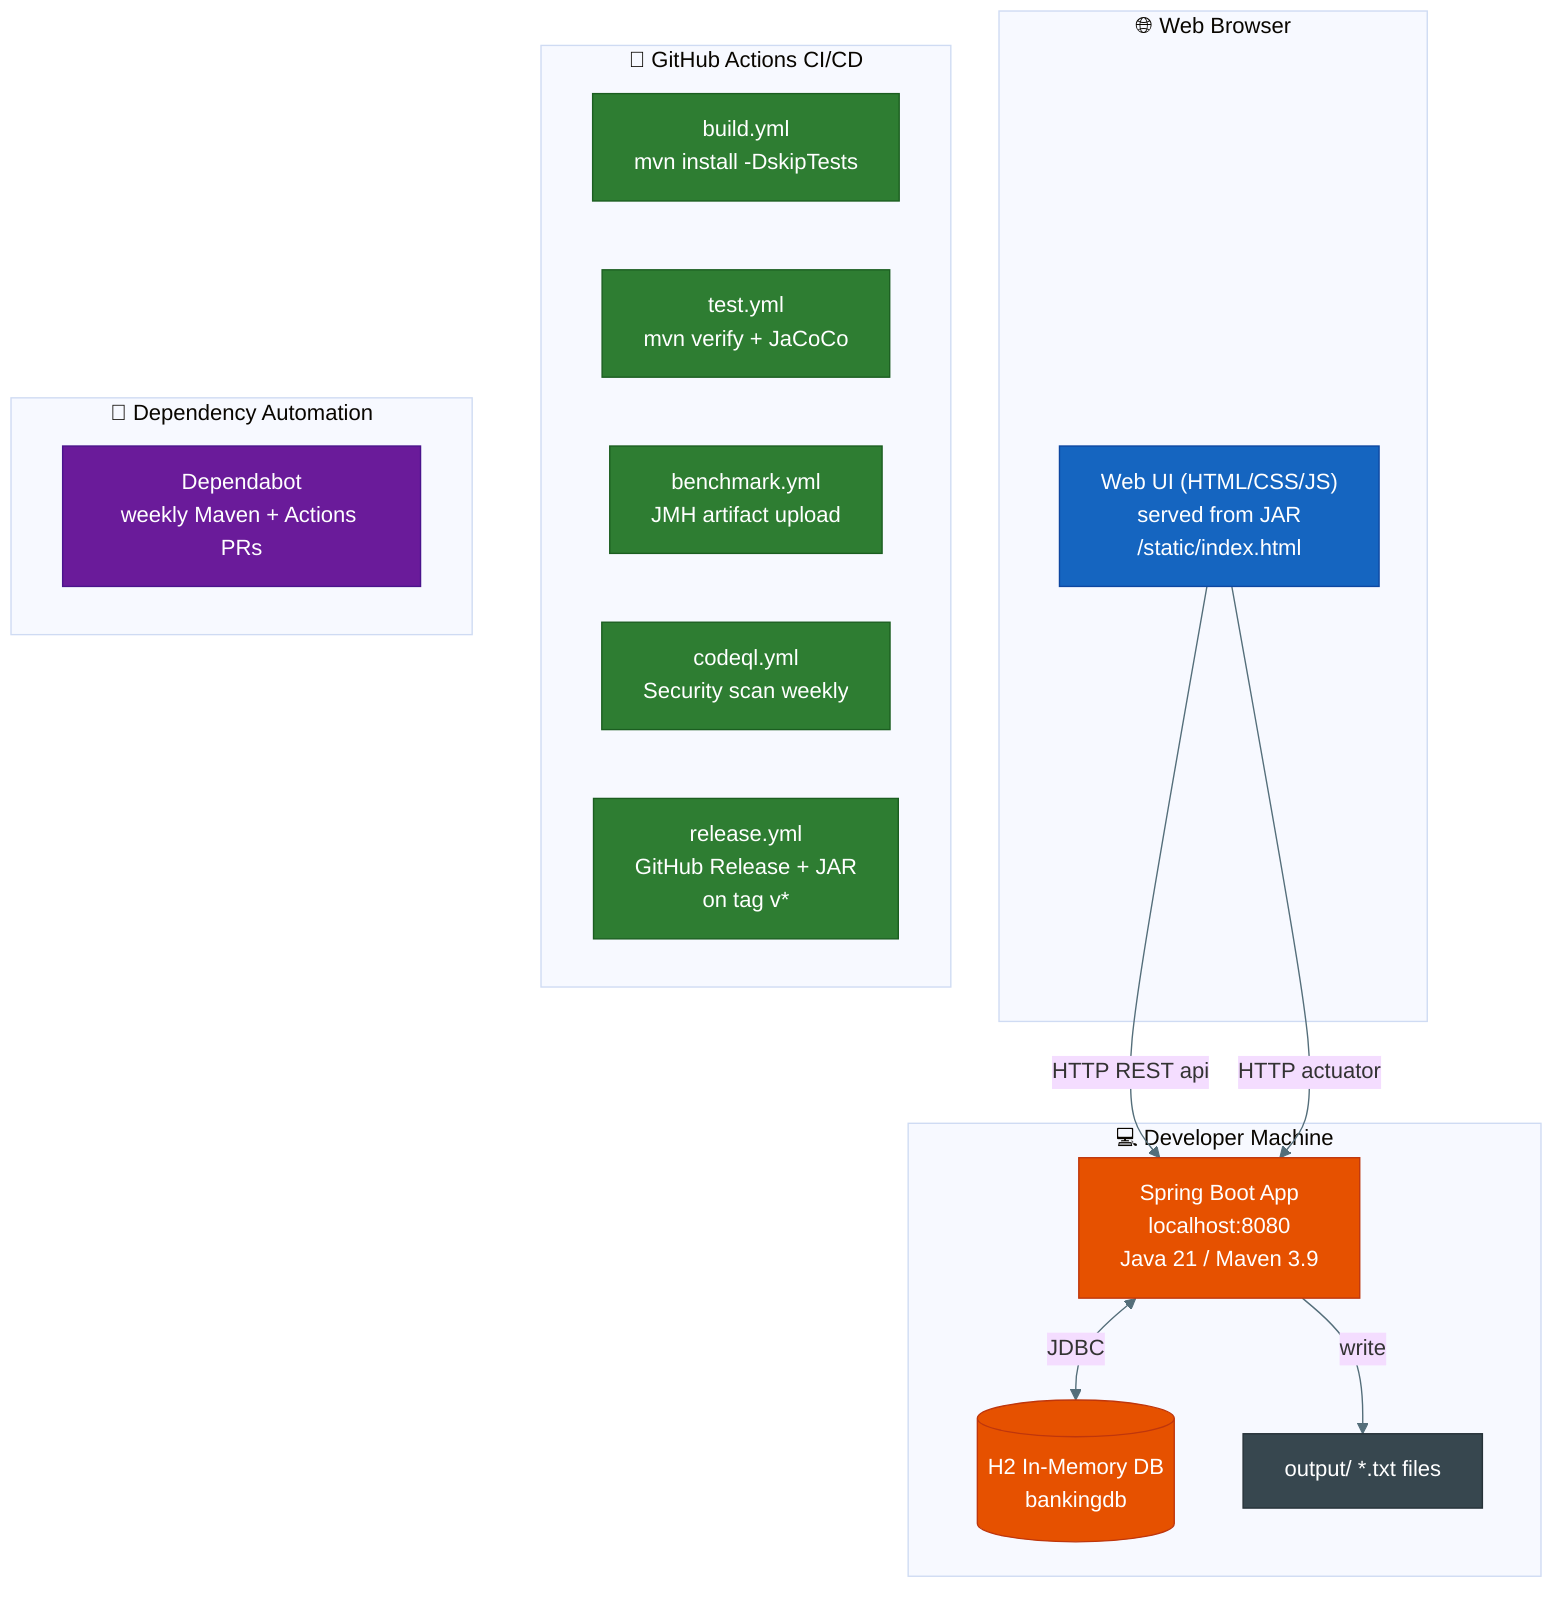
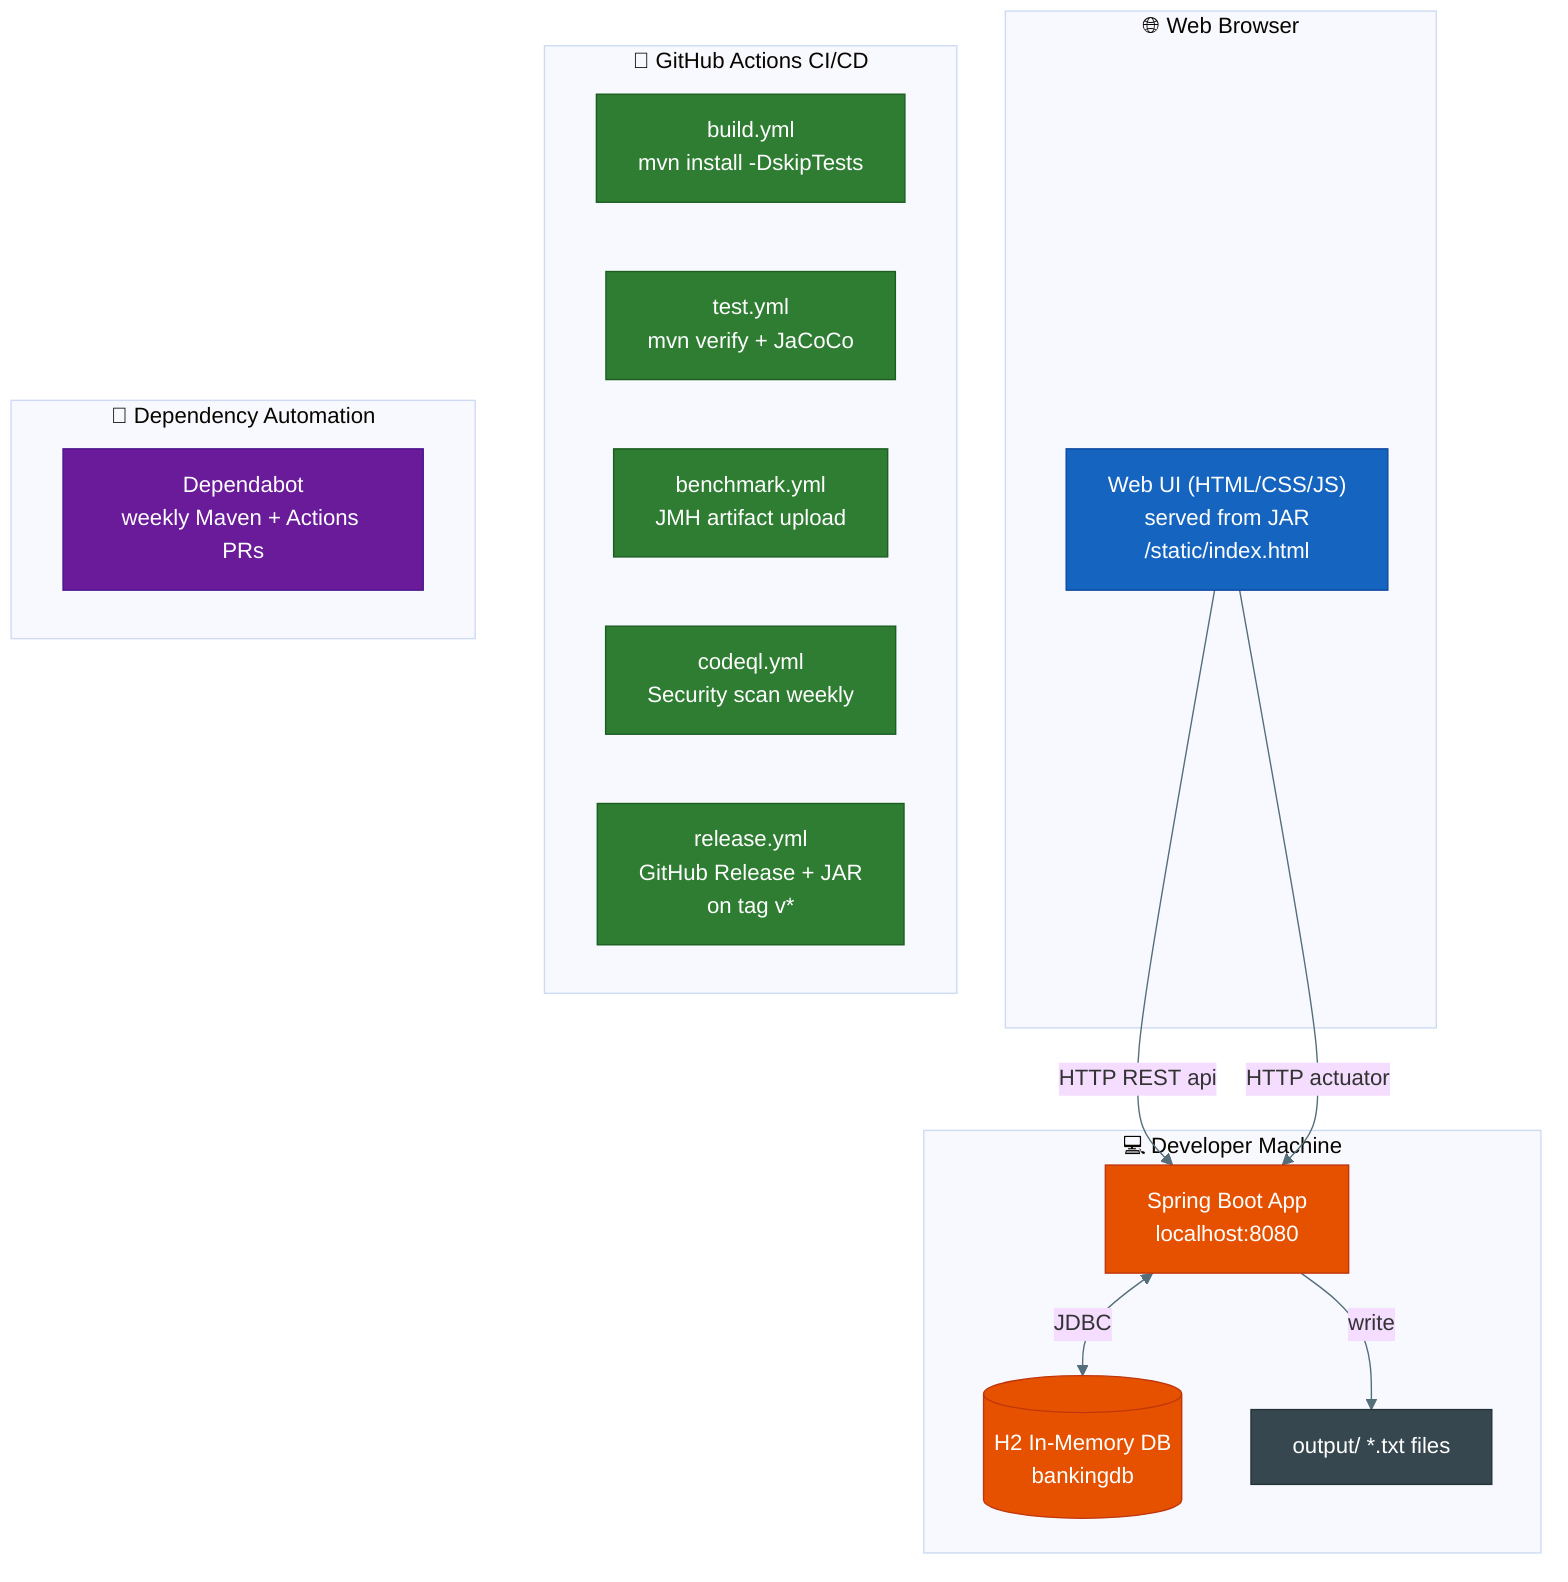
%%{init: {'theme': 'base', 'themeVariables': {'lineColor': '#546e7a'}}}%%
graph TB
    classDef appStyle     fill:#e65100,stroke:#bf360c,color:#fff
    classDef browserStyle fill:#1565c0,stroke:#0d47a1,color:#fff
    classDef ciStyle      fill:#2e7d32,stroke:#1b5e20,color:#fff
    classDef depsStyle    fill:#6a1b9a,stroke:#4a148c,color:#fff
    classDef storageStyle fill:#37474f,stroke:#263238,color:#fff

    subgraph Dev["💻 Developer Machine"]
-         APP["Spring Boot App\nlocalhost:8080\nJava 21 / Maven 3.9"]
+         APP["Spring Boot App\nlocalhost:8080"]
        H2[("H2 In-Memory DB\nbankingdb")]
        OUT["output/ *.txt files"]
        APP <-->|JDBC| H2
        APP -->|write| OUT
    end

    subgraph Browser["🌐 Web Browser"]
        SPA["Web UI (HTML/CSS/JS)\nserved from JAR\n/static/index.html"]
    end

    SPA -->|HTTP REST api| APP
    SPA -->|HTTP actuator| APP

    subgraph CI["🔁 GitHub Actions CI/CD"]
        BUILD["build.yml\nmvn install -DskipTests"]
        TEST["test.yml\nmvn verify + JaCoCo"]
        BENCH["benchmark.yml\nJMH artifact upload"]
        CQL["codeql.yml\nSecurity scan weekly"]
        REL["release.yml\nGitHub Release + JAR\non tag v*"]
    end

    subgraph Deps["🤖 Dependency Automation"]
        DBOT["Dependabot\nweekly Maven + Actions PRs"]
    end

    class APP,H2 appStyle
    class OUT storageStyle
    class SPA browserStyle
    class BUILD,TEST,BENCH,CQL,REL ciStyle
    class DBOT depsStyle
